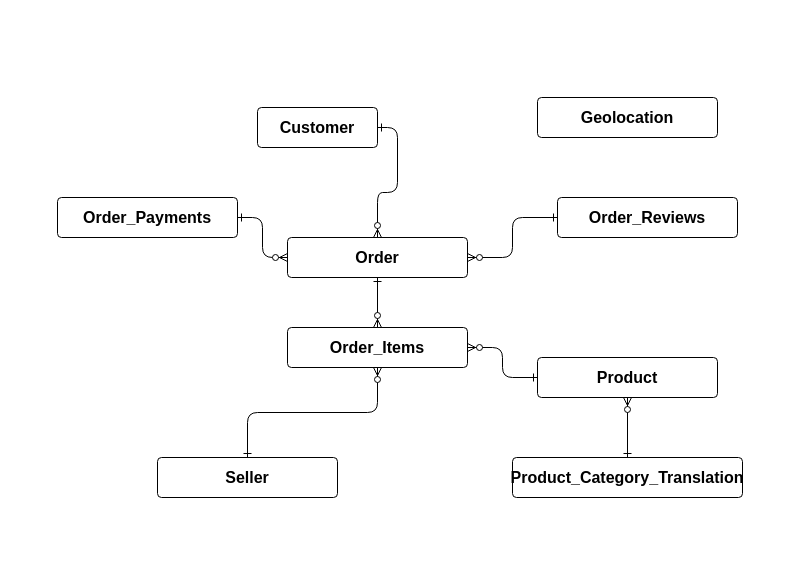
samirhinojosa/OC-P5-segment-customers-of-website keeps this draw.io diagram as supports/entity_relationship.drawio. Above is the earlier version. Source tidied: cells renumbered, new cells numbered last; positions are measured from the earlier drawing's top-left corner, leaving out a move shared by most shapes. Both pictures are drawn from the tidied source at 100%, with x=0, y=0 at pixel (17, 17).
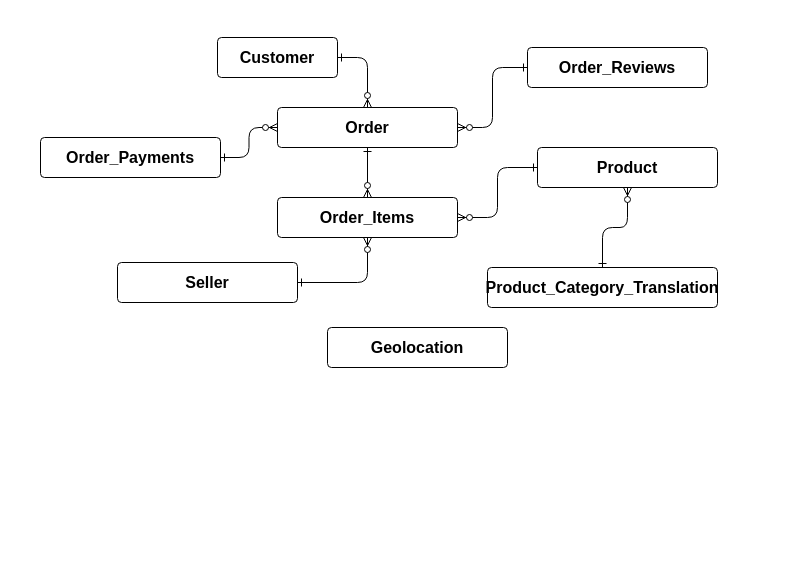
The same diagram, later.

The edit, as a diff of the source:
```diff
@@
 <mxGraphModel>
   <root>
     <mxCell id="0" />
     <mxCell id="1" parent="0" />
     <mxCell id="2" style="rounded=0;whiteSpace=wrap;html=1;strokeColor=none;" parent="1" vertex="1">
-      <mxGeometry width="760" height="530" as="geometry" />
+      <mxGeometry width="730" height="370" as="geometry" />
     </mxCell>
     <mxCell id="3" style="edgeStyle=orthogonalEdgeStyle;rounded=1;jettySize=auto;html=1;startArrow=ERone;startFill=0;endArrow=ERzeroToMany;endFill=1;exitX=0.5;exitY=0;exitDx=0;exitDy=0;" parent="1" edge="1" source="7" target="5">
       <mxGeometry relative="1" as="geometry" />
     </mxCell>
     <mxCell id="4" value="&lt;b&gt;&lt;span lang=&quot;FR&quot; style=&quot;font-size: 12.0pt ; line-height: 107% ; font-family: &amp;#34;calibri&amp;#34; , sans-serif&quot;&gt;Customer&lt;br&gt;&lt;/span&gt;&lt;/b&gt;" style="rounded=1;arcSize=10;whiteSpace=wrap;html=1;align=center;" parent="1" vertex="1">
-      <mxGeometry x="240" y="90" width="120" height="40" as="geometry" />
+      <mxGeometry x="200" y="20" width="120" height="40" as="geometry" />
     </mxCell>
     <mxCell id="5" value="&lt;b&gt;&lt;span lang=&quot;FR&quot; style=&quot;font-size: 12.0pt ; line-height: 107% ; font-family: &amp;#34;calibri&amp;#34; , sans-serif&quot;&gt;Product&lt;/span&gt;&lt;/b&gt;" style="rounded=1;arcSize=10;whiteSpace=wrap;html=1;align=center;" parent="1" vertex="1">
-      <mxGeometry x="520" y="340" width="180" height="40" as="geometry" />
+      <mxGeometry x="520" y="130" width="180" height="40" as="geometry" />
     </mxCell>
     <mxCell id="6" value="&lt;b&gt;&lt;span lang=&quot;FR&quot; style=&quot;font-size: 12.0pt ; line-height: 107% ; font-family: &amp;#34;calibri&amp;#34; , sans-serif&quot;&gt;Seller&lt;/span&gt;&lt;/b&gt;" style="rounded=1;arcSize=10;whiteSpace=wrap;html=1;align=center;" parent="1" vertex="1">
-      <mxGeometry x="140" y="440" width="180" height="40" as="geometry" />
+      <mxGeometry x="100" y="245" width="180" height="40" as="geometry" />
     </mxCell>
     <mxCell id="7" value="&lt;b&gt;&lt;span lang=&quot;FR&quot; style=&quot;font-size: 12.0pt ; line-height: 107% ; font-family: &amp;#34;calibri&amp;#34; , sans-serif&quot;&gt;Product_Category_Translation&lt;/span&gt;&lt;/b&gt;" style="rounded=1;arcSize=10;whiteSpace=wrap;html=1;align=center;" parent="1" vertex="1">
-      <mxGeometry x="495" y="440" width="230" height="40" as="geometry" />
+      <mxGeometry x="470" y="250" width="230" height="40" as="geometry" />
     </mxCell>
     <mxCell id="8" value="&lt;b&gt;&lt;span lang=&quot;FR&quot; style=&quot;font-size: 12.0pt ; line-height: 107% ; font-family: &amp;#34;calibri&amp;#34; , sans-serif&quot;&gt;Order&lt;/span&gt;&lt;/b&gt;" style="rounded=1;arcSize=10;whiteSpace=wrap;html=1;align=center;" parent="1" vertex="1">
-      <mxGeometry x="270" y="220" width="180" height="40" as="geometry" />
+      <mxGeometry x="260" y="90" width="180" height="40" as="geometry" />
     </mxCell>
     <mxCell id="9" value="&lt;b&gt;&lt;span lang=&quot;FR&quot; style=&quot;font-size: 12.0pt ; line-height: 107% ; font-family: &amp;#34;calibri&amp;#34; , sans-serif&quot;&gt;Order_Items&lt;/span&gt;&lt;/b&gt;" style="rounded=1;arcSize=10;whiteSpace=wrap;html=1;align=center;" parent="1" vertex="1">
-      <mxGeometry x="270" y="310" width="180" height="40" as="geometry" />
+      <mxGeometry x="260" y="180" width="180" height="40" as="geometry" />
     </mxCell>
     <mxCell id="10" style="edgeStyle=orthogonalEdgeStyle;rounded=1;jettySize=auto;html=1;startArrow=ERone;startFill=0;endArrow=ERzeroToMany;endFill=1;entryX=1;entryY=0.5;entryDx=0;entryDy=0;exitX=0;exitY=0.5;exitDx=0;exitDy=0;" parent="1" edge="1" source="5" target="9">
       <mxGeometry relative="1" as="geometry" />
     </mxCell>
     <mxCell id="11" style="edgeStyle=orthogonalEdgeStyle;rounded=1;jettySize=auto;html=1;startArrow=ERone;startFill=0;endArrow=ERzeroToMany;endFill=1;exitX=0.5;exitY=1;exitDx=0;exitDy=0;entryX=0.5;entryY=0;entryDx=0;entryDy=0;" parent="1" edge="1" source="8" target="9">
       <mxGeometry relative="1" as="geometry" />
     </mxCell>
     <mxCell id="12" style="edgeStyle=orthogonalEdgeStyle;rounded=1;jettySize=auto;html=1;startArrow=ERone;startFill=0;endArrow=ERzeroToMany;endFill=1;exitX=1;exitY=0.5;exitDx=0;exitDy=0;" parent="1" edge="1" source="4" target="8">
       <mxGeometry relative="1" as="geometry" />
     </mxCell>
-    <mxCell id="13" style="edgeStyle=orthogonalEdgeStyle;rounded=1;jettySize=auto;html=1;startArrow=ERone;startFill=0;endArrow=ERzeroToMany;endFill=1;exitX=0.5;exitY=0;exitDx=0;exitDy=0;" parent="1" edge="1" source="6" target="9">
+    <mxCell id="13" style="edgeStyle=orthogonalEdgeStyle;rounded=1;jettySize=auto;html=1;startArrow=ERone;startFill=0;endArrow=ERzeroToMany;endFill=1;exitX=1;exitY=0.5;exitDx=0;exitDy=0;" parent="1" edge="1" source="6" target="9">
       <mxGeometry relative="1" as="geometry" />
     </mxCell>
     <mxCell id="14" value="&lt;b&gt;&lt;span lang=&quot;FR&quot; style=&quot;font-size: 12.0pt ; line-height: 107% ; font-family: &amp;#34;calibri&amp;#34; , sans-serif&quot;&gt;Order_Payments&lt;br&gt;&lt;/span&gt;&lt;/b&gt;" style="rounded=1;arcSize=10;whiteSpace=wrap;html=1;align=center;" parent="1" vertex="1">
-      <mxGeometry x="40" y="180" width="180" height="40" as="geometry" />
+      <mxGeometry x="23" y="120" width="180" height="40" as="geometry" />
     </mxCell>
     <mxCell id="15" style="edgeStyle=orthogonalEdgeStyle;rounded=1;jettySize=auto;html=1;startArrow=ERone;startFill=0;endArrow=ERzeroToMany;endFill=1;entryX=0;entryY=0.5;entryDx=0;entryDy=0;" parent="1" edge="1" source="14" target="8">
       <mxGeometry relative="1" as="geometry" />
     </mxCell>
     <mxCell id="16" value="&lt;b&gt;&lt;span lang=&quot;FR&quot; style=&quot;font-size: 12.0pt ; line-height: 107% ; font-family: &amp;#34;calibri&amp;#34; , sans-serif&quot;&gt;Order_Reviews&lt;br&gt;&lt;/span&gt;&lt;/b&gt;" style="rounded=1;arcSize=10;whiteSpace=wrap;html=1;align=center;" parent="1" vertex="1">
-      <mxGeometry x="540" y="180" width="180" height="40" as="geometry" />
+      <mxGeometry x="510" y="30" width="180" height="40" as="geometry" />
     </mxCell>
     <mxCell id="17" style="edgeStyle=orthogonalEdgeStyle;rounded=1;jettySize=auto;html=1;startArrow=ERone;startFill=0;endArrow=ERzeroToMany;endFill=1;entryX=1;entryY=0.5;entryDx=0;entryDy=0;" parent="1" edge="1" source="16" target="8">
       <mxGeometry relative="1" as="geometry" />
     </mxCell>
     <mxCell id="18" value="&lt;b&gt;&lt;span lang=&quot;FR&quot; style=&quot;font-size: 12.0pt ; line-height: 107% ; font-family: &amp;#34;calibri&amp;#34; , sans-serif&quot;&gt;Geolocation&lt;br&gt;&lt;/span&gt;&lt;/b&gt;" style="rounded=1;arcSize=10;whiteSpace=wrap;html=1;align=center;" parent="1" vertex="1">
-      <mxGeometry x="520" y="80" width="180" height="40" as="geometry" />
+      <mxGeometry x="310" y="310" width="180" height="40" as="geometry" />
     </mxCell>
   </root>
 </mxGraphModel>
```
